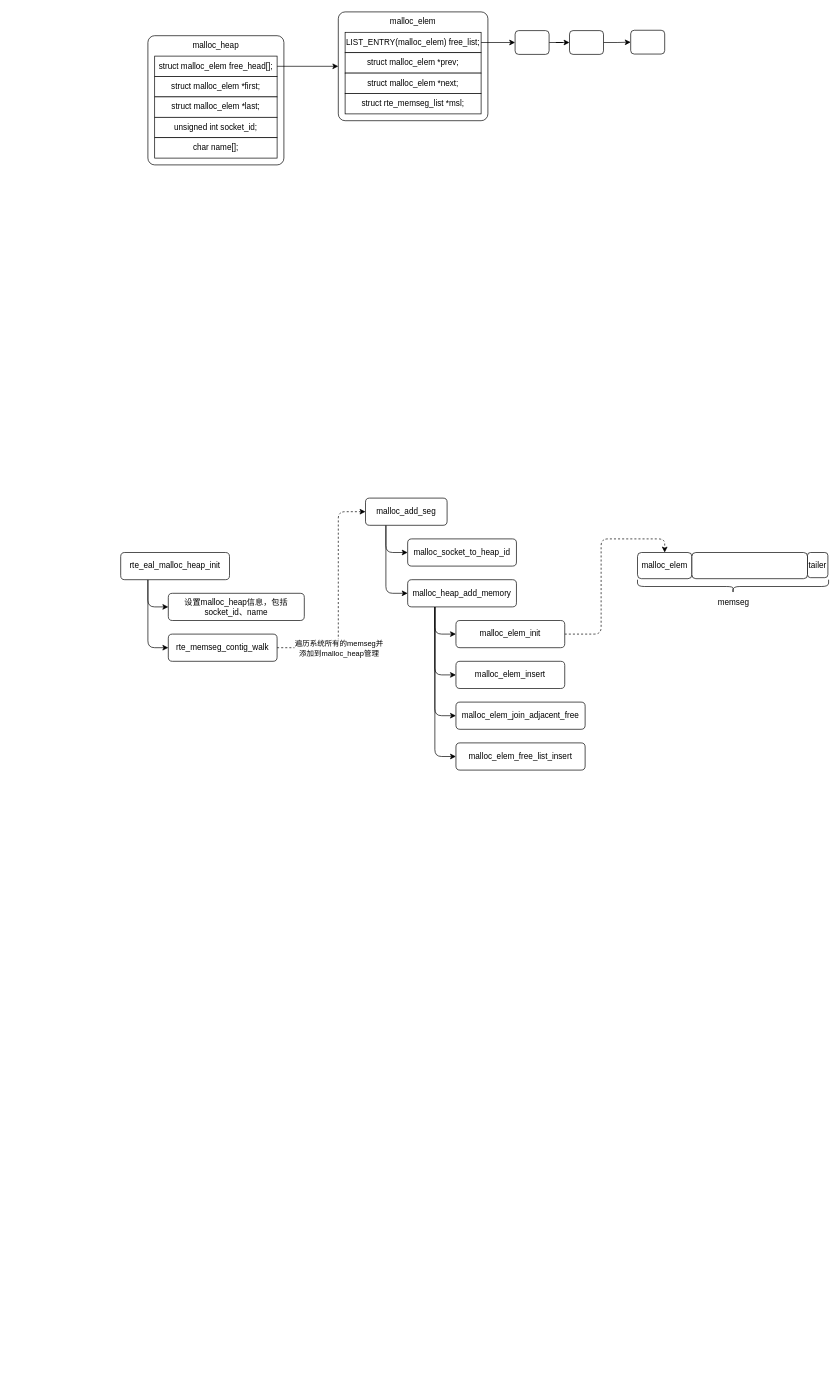
Before: page "第 1 页" (1 of 2) of dpdk_malloc_heap.drawio in Aspiresky/draw.io, a draw.io diagram. Source tidied: cells renumbered, new cells numbered last; positions are measured from the earlier drawing's top-left corner, leaving out a move shared by most shapes. Both pictures are drawn from the tidied source at 68%, with x=0, y=0 at pixel (120, 12).
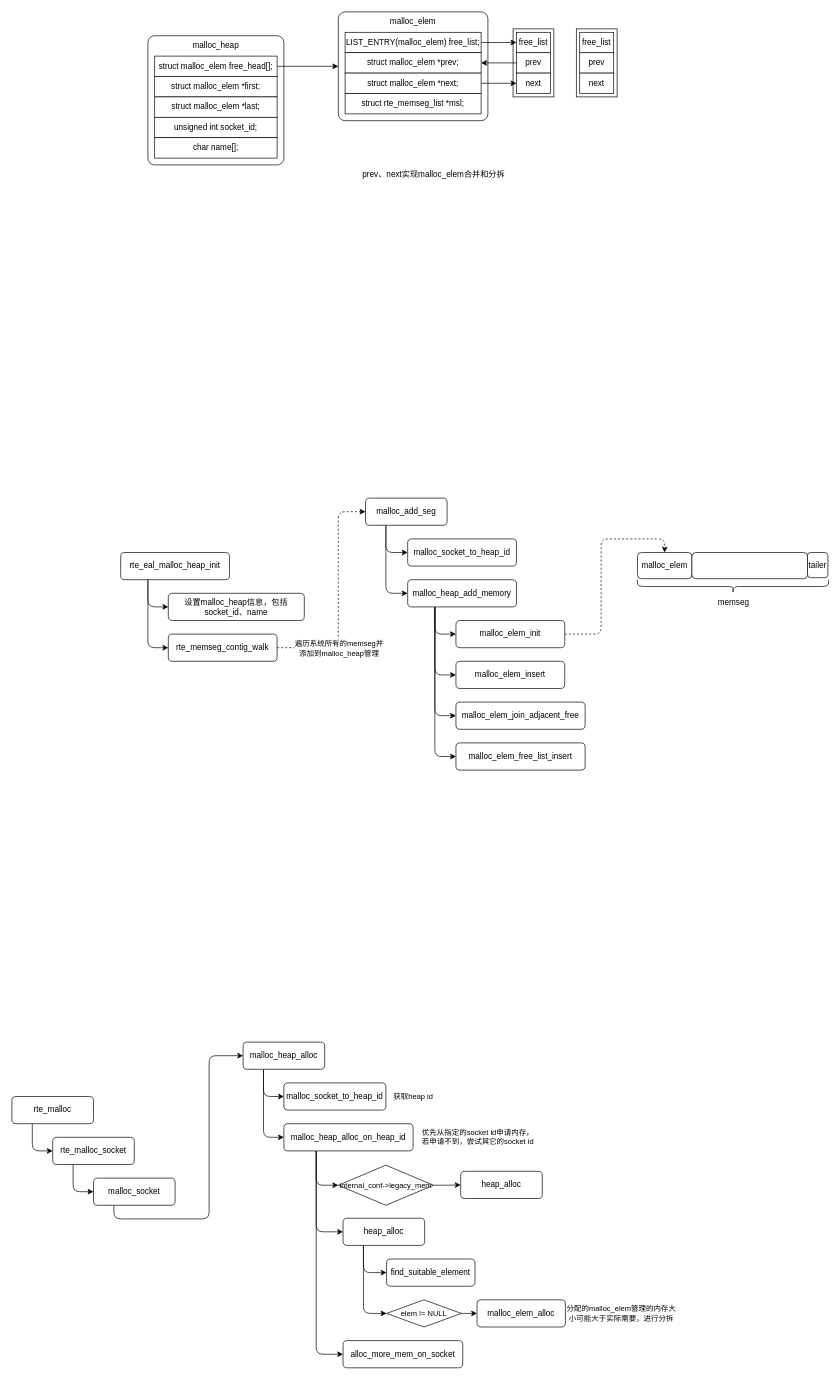
The same diagram, later.

The change refers to these unchanged cells:
```xml
<mxCell id="14" value="LIST_ENTRY(malloc_elem) free_list;" style="rounded=0;whiteSpace=wrap;html=1;" parent="1" vertex="1">
  <mxGeometry x="330" y="30" width="200" height="30" as="geometry" />
</mxCell>
```

Diff of the diagram source:
```diff
@@
-    <mxCell id="13" style="edgeStyle=orthogonalEdgeStyle;rounded=0;jettySize=auto;html=1;exitX=1;exitY=0.5;exitDx=0;exitDy=0;entryX=0;entryY=0.5;entryDx=0;entryDy=0;" parent="1" edge="1" source="14" target="22">
-      <mxGeometry relative="1" as="geometry" />
-    </mxCell>
@@
-    <mxCell id="21" style="edgeStyle=orthogonalEdgeStyle;rounded=0;jettySize=auto;html=1;exitX=1;exitY=0.5;exitDx=0;exitDy=0;" parent="1" edge="1" source="22" target="24">
-      <mxGeometry relative="1" as="geometry" />
-    </mxCell>
-    <mxCell id="22" style="rounded=1;whiteSpace=wrap;html=1;" parent="1" vertex="1">
-      <mxGeometry x="580" y="27.5" width="50" height="35" as="geometry" />
-    </mxCell>
-    <mxCell id="23" style="edgeStyle=orthogonalEdgeStyle;rounded=0;jettySize=auto;html=1;exitX=1;exitY=0.5;exitDx=0;exitDy=0;entryX=0;entryY=0.5;entryDx=0;entryDy=0;" parent="1" edge="1" source="24" target="25">
-      <mxGeometry relative="1" as="geometry" />
-    </mxCell>
-    <mxCell id="24" style="rounded=1;whiteSpace=wrap;html=1;" parent="1" vertex="1">
-      <mxGeometry x="660" y="27.5" width="50" height="35" as="geometry" />
-    </mxCell>
-    <mxCell id="25" style="rounded=1;whiteSpace=wrap;html=1;" parent="1" vertex="1">
-      <mxGeometry x="750" y="27" width="50" height="35" as="geometry" />
-    </mxCell>
@@
+    <mxCell id="46" value="prev、next实现malloc_elem合并和分拆" style="text;html=1;align=center;verticalAlign=middle;strokeColor=none;fillColor=none;" parent="1" vertex="1">
+      <mxGeometry x="345" y="225" width="230" height="30" as="geometry" />
+    </mxCell>
+    <mxCell id="47" style="rounded=0;whiteSpace=wrap;html=1;" parent="1" vertex="1">
+      <mxGeometry x="577" y="25" width="60" height="100" as="geometry" />
+    </mxCell>
+    <mxCell id="48" value="prev" style="rounded=0;whiteSpace=wrap;html=1;" parent="1" vertex="1">
+      <mxGeometry x="582" y="60" width="50" height="30" as="geometry" />
+    </mxCell>
+    <mxCell id="49" value="free_list" style="rounded=0;whiteSpace=wrap;html=1;" parent="1" vertex="1">
+      <mxGeometry x="582" y="30" width="50" height="30" as="geometry" />
+    </mxCell>
+    <mxCell id="50" value="next" style="rounded=0;whiteSpace=wrap;html=1;" parent="1" vertex="1">
+      <mxGeometry x="582" y="90" width="50" height="30" as="geometry" />
+    </mxCell>
+    <mxCell id="51" style="edgeStyle=orthogonalEdgeStyle;rounded=0;orthogonalLoop=1;jettySize=auto;html=1;exitX=1;exitY=0.5;exitDx=0;exitDy=0;entryX=0;entryY=0.5;entryDx=0;entryDy=0;" parent="1" edge="1">
+      <mxGeometry relative="1" as="geometry">
+        <mxPoint x="530" y="45" as="sourcePoint" />
+        <mxPoint x="582" y="45" as="targetPoint" />
+      </mxGeometry>
+    </mxCell>
+    <mxCell id="52" style="edgeStyle=orthogonalEdgeStyle;rounded=0;orthogonalLoop=1;jettySize=auto;html=1;exitX=1;exitY=0.5;exitDx=0;exitDy=0;" parent="1" edge="1">
+      <mxGeometry relative="1" as="geometry">
+        <mxPoint x="530" y="105" as="sourcePoint" />
+        <mxPoint x="582" y="105" as="targetPoint" />
+      </mxGeometry>
+    </mxCell>
+    <mxCell id="53" style="edgeStyle=orthogonalEdgeStyle;rounded=0;orthogonalLoop=1;jettySize=auto;html=1;exitX=0;exitY=0.5;exitDx=0;exitDy=0;" parent="1" edge="1">
+      <mxGeometry relative="1" as="geometry">
+        <mxPoint x="582" y="75" as="sourcePoint" />
+        <mxPoint x="530" y="75" as="targetPoint" />
+      </mxGeometry>
+    </mxCell>
+    <mxCell id="54" style="rounded=0;whiteSpace=wrap;html=1;" parent="1" vertex="1">
+      <mxGeometry x="670" y="25" width="60" height="100" as="geometry" />
+    </mxCell>
+    <mxCell id="55" value="prev" style="rounded=0;whiteSpace=wrap;html=1;" parent="1" vertex="1">
+      <mxGeometry x="675" y="60" width="50" height="30" as="geometry" />
+    </mxCell>
+    <mxCell id="56" value="free_list" style="rounded=0;whiteSpace=wrap;html=1;" parent="1" vertex="1">
+      <mxGeometry x="675" y="30" width="50" height="30" as="geometry" />
+    </mxCell>
+    <mxCell id="57" value="next" style="rounded=0;whiteSpace=wrap;html=1;" parent="1" vertex="1">
+      <mxGeometry x="675" y="90" width="50" height="30" as="geometry" />
+    </mxCell>
+    <mxCell id="58" style="edgeStyle=orthogonalEdgeStyle;shape=connector;curved=0;rounded=1;jettySize=auto;html=1;exitX=0.25;exitY=1;exitDx=0;exitDy=0;entryX=0;entryY=0.5;entryDx=0;entryDy=0;labelBackgroundColor=default;strokeColor=default;align=center;verticalAlign=middle;fontFamily=Helvetica;fontSize=11;fontColor=default;endArrow=classic;" parent="1" edge="1" source="59" target="61">
+      <mxGeometry relative="1" as="geometry" />
+    </mxCell>
+    <mxCell id="59" value="rte_malloc" style="rounded=1;whiteSpace=wrap;html=1;" parent="1" vertex="1">
+      <mxGeometry x="-160" y="1595" width="120" height="40" as="geometry" />
+    </mxCell>
+    <mxCell id="60" style="edgeStyle=orthogonalEdgeStyle;shape=connector;curved=0;rounded=1;jettySize=auto;html=1;exitX=0.25;exitY=1;exitDx=0;exitDy=0;entryX=0;entryY=0.5;entryDx=0;entryDy=0;labelBackgroundColor=default;strokeColor=default;align=center;verticalAlign=middle;fontFamily=Helvetica;fontSize=11;fontColor=default;endArrow=classic;" parent="1" edge="1" source="61" target="66">
+      <mxGeometry relative="1" as="geometry" />
+    </mxCell>
+    <mxCell id="61" value="rte_malloc_socket" style="rounded=1;whiteSpace=wrap;html=1;" parent="1" vertex="1">
+      <mxGeometry x="-100" y="1655" width="120" height="40" as="geometry" />
+    </mxCell>
+    <mxCell id="62" style="edgeStyle=orthogonalEdgeStyle;shape=connector;curved=0;rounded=1;jettySize=auto;html=1;exitX=0.25;exitY=1;exitDx=0;exitDy=0;entryX=0;entryY=0.5;entryDx=0;entryDy=0;labelBackgroundColor=default;strokeColor=default;align=center;verticalAlign=middle;fontFamily=Helvetica;fontSize=11;fontColor=default;endArrow=classic;" parent="1" edge="1" source="64" target="67">
+      <mxGeometry relative="1" as="geometry" />
+    </mxCell>
+    <mxCell id="63" style="edgeStyle=orthogonalEdgeStyle;shape=connector;curved=0;rounded=1;jettySize=auto;html=1;exitX=0.25;exitY=1;exitDx=0;exitDy=0;entryX=0;entryY=0.5;entryDx=0;entryDy=0;labelBackgroundColor=default;strokeColor=default;align=center;verticalAlign=middle;fontFamily=Helvetica;fontSize=11;fontColor=default;endArrow=classic;" parent="1" edge="1" source="64" target="71">
+      <mxGeometry relative="1" as="geometry" />
+    </mxCell>
+    <mxCell id="64" value="malloc_heap_alloc" style="rounded=1;whiteSpace=wrap;html=1;" parent="1" vertex="1">
+      <mxGeometry x="180" y="1515" width="120" height="40" as="geometry" />
+    </mxCell>
+    <mxCell id="65" style="edgeStyle=orthogonalEdgeStyle;shape=connector;curved=0;rounded=1;jettySize=auto;html=1;exitX=0.25;exitY=1;exitDx=0;exitDy=0;entryX=0;entryY=0.5;entryDx=0;entryDy=0;labelBackgroundColor=default;strokeColor=default;align=center;verticalAlign=middle;fontFamily=Helvetica;fontSize=11;fontColor=default;endArrow=classic;" parent="1" edge="1" source="66" target="64">
+      <mxGeometry relative="1" as="geometry" />
+    </mxCell>
+    <mxCell id="66" value="malloc_socket" style="rounded=1;whiteSpace=wrap;html=1;" parent="1" vertex="1">
+      <mxGeometry x="-40" y="1715" width="120" height="40" as="geometry" />
+    </mxCell>
+    <mxCell id="67" value="malloc_socket_to_heap_id" style="rounded=1;whiteSpace=wrap;html=1;" parent="1" vertex="1">
+      <mxGeometry x="240" y="1575" width="150" height="40" as="geometry" />
+    </mxCell>
+    <mxCell id="68" style="edgeStyle=orthogonalEdgeStyle;shape=connector;curved=0;rounded=1;jettySize=auto;html=1;exitX=0.25;exitY=1;exitDx=0;exitDy=0;entryX=0;entryY=0.5;entryDx=0;entryDy=0;labelBackgroundColor=default;strokeColor=default;align=center;verticalAlign=middle;fontFamily=Helvetica;fontSize=11;fontColor=default;endArrow=classic;" parent="1" edge="1" source="71" target="76">
+      <mxGeometry relative="1" as="geometry" />
+    </mxCell>
+    <mxCell id="69" style="edgeStyle=orthogonalEdgeStyle;shape=connector;curved=0;rounded=1;jettySize=auto;html=1;exitX=0.25;exitY=1;exitDx=0;exitDy=0;entryX=0;entryY=0.5;entryDx=0;entryDy=0;labelBackgroundColor=default;strokeColor=default;align=center;verticalAlign=middle;fontFamily=Helvetica;fontSize=11;fontColor=default;endArrow=classic;" parent="1" edge="1" source="71" target="77">
+      <mxGeometry relative="1" as="geometry" />
+    </mxCell>
+    <mxCell id="70" style="edgeStyle=orthogonalEdgeStyle;shape=connector;curved=0;rounded=1;jettySize=auto;html=1;exitX=0.25;exitY=1;exitDx=0;exitDy=0;entryX=0;entryY=0.5;entryDx=0;entryDy=0;labelBackgroundColor=default;strokeColor=default;align=center;verticalAlign=middle;fontFamily=Helvetica;fontSize=11;fontColor=default;endArrow=classic;" parent="1" edge="1" source="71" target="79">
+      <mxGeometry relative="1" as="geometry" />
+    </mxCell>
+    <mxCell id="71" value="malloc_heap_alloc_on_heap_id" style="rounded=1;whiteSpace=wrap;html=1;" parent="1" vertex="1">
+      <mxGeometry x="240" y="1635" width="190" height="40" as="geometry" />
+    </mxCell>
+    <mxCell id="72" value="优先从指定的socket id申请内存，&lt;br&gt;若申请不到，尝试其它的socket id" style="text;html=1;align=center;verticalAlign=middle;strokeColor=none;fillColor=none;fontSize=11;fontFamily=Helvetica;fontColor=default;" parent="1" vertex="1">
+      <mxGeometry x="430" y="1635" width="190" height="40" as="geometry" />
+    </mxCell>
+    <mxCell id="73" value="获取heap id" style="text;html=1;align=center;verticalAlign=middle;strokeColor=none;fillColor=none;fontSize=11;fontFamily=Helvetica;fontColor=default;" parent="1" vertex="1">
+      <mxGeometry x="390" y="1580" width="80" height="30" as="geometry" />
+    </mxCell>
+    <mxCell id="74" style="edgeStyle=orthogonalEdgeStyle;shape=connector;curved=0;rounded=1;jettySize=auto;html=1;exitX=0.25;exitY=1;exitDx=0;exitDy=0;entryX=0;entryY=0.5;entryDx=0;entryDy=0;labelBackgroundColor=default;strokeColor=default;align=center;verticalAlign=middle;fontFamily=Helvetica;fontSize=11;fontColor=default;endArrow=classic;" parent="1" edge="1" source="76" target="81">
+      <mxGeometry relative="1" as="geometry" />
+    </mxCell>
+    <mxCell id="75" style="edgeStyle=orthogonalEdgeStyle;shape=connector;curved=0;rounded=1;jettySize=auto;html=1;exitX=0.25;exitY=1;exitDx=0;exitDy=0;entryX=0;entryY=0.5;entryDx=0;entryDy=0;labelBackgroundColor=default;strokeColor=default;align=center;verticalAlign=middle;fontFamily=Helvetica;fontSize=11;fontColor=default;endArrow=classic;" parent="1" edge="1" source="76" target="84">
+      <mxGeometry relative="1" as="geometry" />
+    </mxCell>
+    <mxCell id="76" value="heap_alloc" style="rounded=1;whiteSpace=wrap;html=1;" parent="1" vertex="1">
+      <mxGeometry x="327" y="1774" width="120" height="40" as="geometry" />
+    </mxCell>
+    <mxCell id="77" value="alloc_more_mem_on_socket" style="rounded=1;whiteSpace=wrap;html=1;" parent="1" vertex="1">
+      <mxGeometry x="327" y="1954" width="176" height="40" as="geometry" />
+    </mxCell>
+    <mxCell id="78" style="edgeStyle=orthogonalEdgeStyle;shape=connector;curved=0;rounded=1;jettySize=auto;html=1;exitX=1;exitY=0.5;exitDx=0;exitDy=0;entryX=0;entryY=0.5;entryDx=0;entryDy=0;labelBackgroundColor=default;strokeColor=default;align=center;verticalAlign=middle;fontFamily=Helvetica;fontSize=11;fontColor=default;endArrow=classic;" parent="1" edge="1" source="79" target="80">
+      <mxGeometry relative="1" as="geometry" />
+    </mxCell>
+    <mxCell id="79" value="internal_conf-&amp;gt;legacy_mem" style="rhombus;whiteSpace=wrap;html=1;fontFamily=Helvetica;fontSize=11;fontColor=default;" parent="1" vertex="1">
+      <mxGeometry x="320" y="1696" width="140" height="59" as="geometry" />
+    </mxCell>
+    <mxCell id="80" value="heap_alloc" style="rounded=1;whiteSpace=wrap;html=1;" parent="1" vertex="1">
+      <mxGeometry x="500" y="1705" width="120" height="40" as="geometry" />
+    </mxCell>
+    <mxCell id="81" value="find_suitable_element" style="rounded=1;whiteSpace=wrap;html=1;" parent="1" vertex="1">
+      <mxGeometry x="391" y="1834" width="130" height="40" as="geometry" />
+    </mxCell>
+    <mxCell id="82" value="malloc_elem_alloc" style="rounded=1;whiteSpace=wrap;html=1;" parent="1" vertex="1">
+      <mxGeometry x="524" y="1894" width="130" height="40" as="geometry" />
+    </mxCell>
+    <mxCell id="83" style="edgeStyle=orthogonalEdgeStyle;shape=connector;curved=0;rounded=1;jettySize=auto;html=1;exitX=1;exitY=0.5;exitDx=0;exitDy=0;entryX=0;entryY=0.5;entryDx=0;entryDy=0;labelBackgroundColor=default;strokeColor=default;align=center;verticalAlign=middle;fontFamily=Helvetica;fontSize=11;fontColor=default;endArrow=classic;" parent="1" edge="1" source="84" target="82">
+      <mxGeometry relative="1" as="geometry" />
+    </mxCell>
+    <mxCell id="84" value="elem != NULL" style="rhombus;whiteSpace=wrap;html=1;fontFamily=Helvetica;fontSize=11;fontColor=default;" parent="1" vertex="1">
+      <mxGeometry x="391" y="1894" width="110" height="40" as="geometry" />
+    </mxCell>
+    <mxCell id="85" value="分配的malloc_elem管理的内存大小可能大于实际需要，进行分拆" style="text;html=1;strokeColor=none;fillColor=none;align=center;verticalAlign=middle;whiteSpace=wrap;rounded=0;fontSize=11;fontFamily=Helvetica;fontColor=default;" parent="1" vertex="1">
+      <mxGeometry x="654" y="1899" width="165" height="30" as="geometry" />
+    </mxCell>
```
